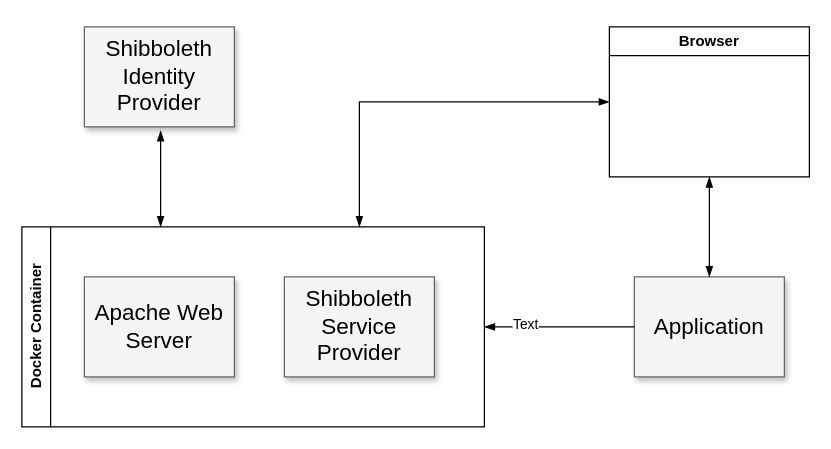
pizzi-cato/pizzi-cato keeps this draw.io diagram as Untitled Diagram.drawio. Above is the earlier version. Source tidied: cells renumbered, new cells numbered last; positions are measured from the earlier drawing's top-left corner, leaving out a move shared by most shapes. Both pictures are drawn from the tidied source at 125%, with x=0, y=0 at pixel (21, 26).
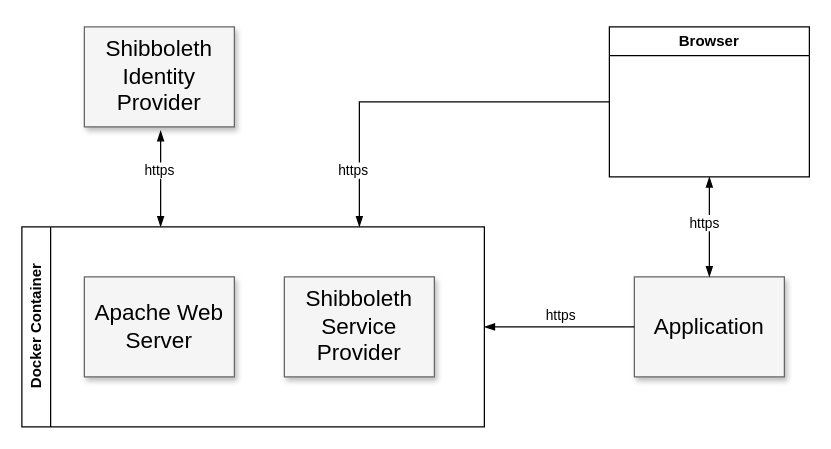
After the change.

Unchanged cells that the change refers to:
```xml
<mxCell id="6" value="Application" style="whiteSpace=wrap;html=1;shadow=1;fontSize=18;fillColor=#f5f5f5;strokeColor=#666666;" parent="1" vertex="1">
  <mxGeometry x="490" y="200" width="120" height="80" as="geometry" />
</mxCell>
<mxCell id="7" value="Browser" style="swimlane;whiteSpace=wrap;html=1;" parent="1" vertex="1">
  <mxGeometry x="470" width="160" height="120" as="geometry" />
</mxCell>
<mxCell id="9" style="edgeStyle=elbowEdgeStyle;rounded=0;html=1;startArrow=none;startFill=0;jettySize=auto;fontSize=18;exitX=0;exitY=0.5;exitDx=0;exitDy=0;endArrow=blockThin;endFill=1;" parent="1" edge="1" source="6">
  <mxGeometry relative="1" as="geometry">
    <mxPoint x="370" y="240" as="targetPoint" />
    <Array as="points">
      <mxPoint x="440" y="250" />
      <mxPoint x="805" y="654" />
    </Array>
  </mxGeometry>
</mxCell>
```

Change to the diagram source:
```diff
@@
-    <mxCell id="10" value="Text" style="edgeLabel;html=1;align=center;verticalAlign=middle;" parent="9" vertex="1">
-      <mxGeometry x="0.47" y="-3" relative="1" as="geometry" />
+    <mxCell id="10" value="https" style="edgeLabel;html=1;align=center;verticalAlign=middle;" parent="9" vertex="1">
+      <mxGeometry x="0.47" y="-3" relative="1" as="geometry">
+        <mxPoint x="28" y="-7" as="offset" />
+      </mxGeometry>
     </mxCell>
-    <mxCell id="11" style="edgeStyle=elbowEdgeStyle;rounded=0;html=1;startArrow=blockThin;startFill=1;jettySize=auto;fontSize=18;exitX=0.5;exitY=1;exitDx=0;exitDy=0;entryX=0.5;entryY=0;entryDx=0;entryDy=0;endArrow=blockThin;endFill=1;" parent="1" edge="1" source="7" target="6">
+    <mxCell id="11" style="edgeStyle=elbowEdgeStyle;rounded=0;html=1;startArrow=blockThin;startFill=1;jettySize=auto;fontSize=18;exitX=0.5;exitY=1;exitDx=0;exitDy=0;entryX=0.5;entryY=0;entryDx=0;entryDy=0;endArrow=blockThin;endFill=1;elbow=horizontal;" parent="1" edge="1" source="7" target="6">
       <mxGeometry relative="1" as="geometry">
         <Array as="points">
           <mxPoint x="550" y="160" />
           <mxPoint x="805" y="654" />
         </Array>
       </mxGeometry>
     </mxCell>
-    <mxCell id="12" style="edgeStyle=elbowEdgeStyle;rounded=0;html=1;startArrow=blockThin;startFill=1;jettySize=auto;fontSize=18;exitX=0;exitY=0.5;exitDx=0;exitDy=0;endArrow=blockThin;endFill=1;" parent="1" edge="1" source="7">
+    <mxCell id="12" style="edgeStyle=elbowEdgeStyle;rounded=0;html=1;startArrow=none;startFill=0;jettySize=auto;fontSize=18;exitX=0;exitY=0.5;exitDx=0;exitDy=0;endArrow=blockThin;endFill=1;" parent="1" edge="1" source="7">
       <mxGeometry relative="1" as="geometry">
         <mxPoint x="270" y="160" as="targetPoint" />
         <Array as="points">
           <mxPoint x="270" y="60" />
           <mxPoint x="815" y="664" />
         </Array>
       </mxGeometry>
     </mxCell>
+    <mxCell id="13" value="https" style="edgeLabel;html=1;align=center;verticalAlign=middle;" parent="1" vertex="1">
+      <mxGeometry x="430" y="240" as="geometry">
+        <mxPoint x="115" y="-84" as="offset" />
+      </mxGeometry>
+    </mxCell>
+    <mxCell id="14" value="https" style="edgeLabel;html=1;align=center;verticalAlign=middle;" parent="1" vertex="1">
+      <mxGeometry x="340" y="310" as="geometry">
+        <mxPoint x="-76" y="-196" as="offset" />
+      </mxGeometry>
+    </mxCell>
+    <mxCell id="15" value="https" style="edgeLabel;html=1;align=center;verticalAlign=middle;" parent="1" vertex="1">
+      <mxGeometry x="185" y="310" as="geometry">
+        <mxPoint x="-76" y="-196" as="offset" />
+      </mxGeometry>
+    </mxCell>
```
